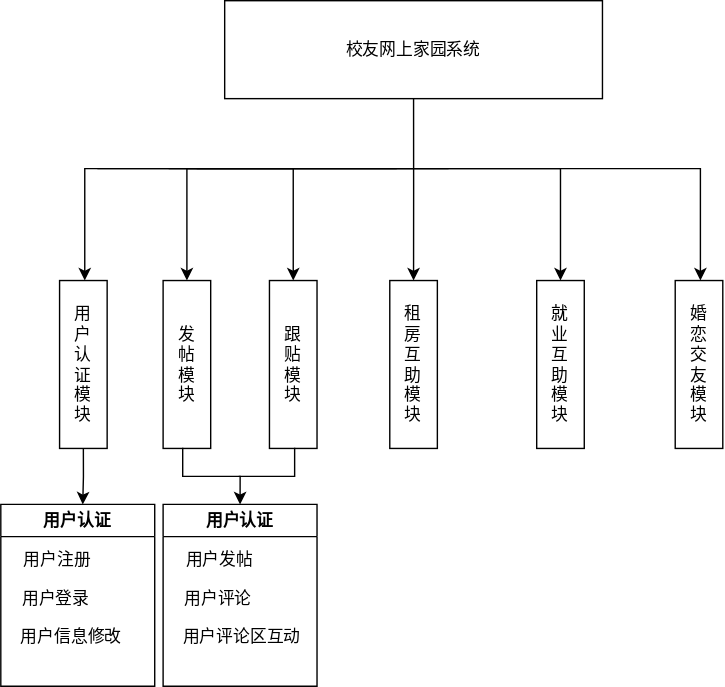
huangjiashengg/images keeps this draw.io diagram as 校友系统框架图.drawio.svg. Above is the earlier version. Source tidied: cells renumbered, new cells last; positions are measured from the earlier drawing's top-left corner, leaving out a move shared by most shapes.
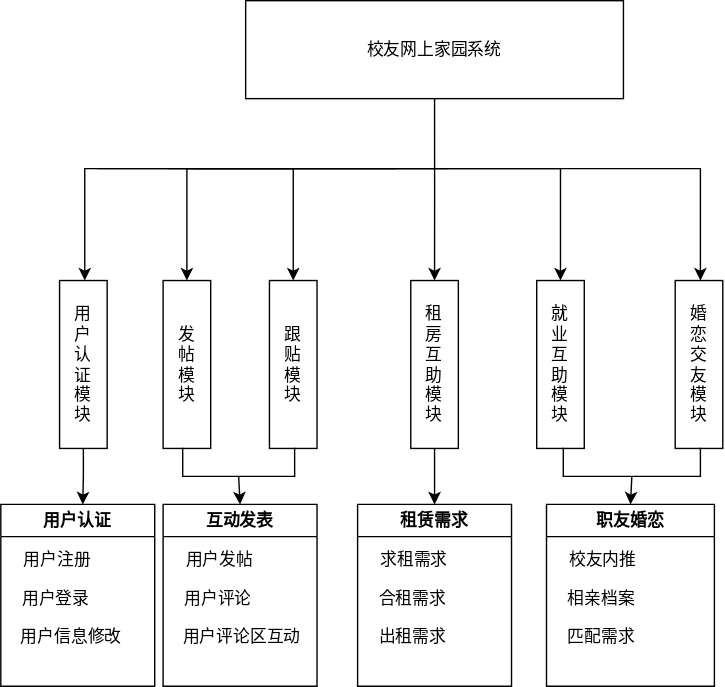
The same diagram one commit later.

Commit message:
更新校友系统框架图.drawio.svg

What changed in the source:
```diff
@@ -4,11 +4,11 @@
     <mxCell id="1" parent="0" />
     <mxCell id="2" style="edgeStyle=orthogonalEdgeStyle;rounded=0;jettySize=auto;html=1;exitX=0.5;exitY=1;exitDx=0;exitDy=0;" parent="1" edge="1" source="3">
       <mxGeometry relative="1" as="geometry">
-        <mxPoint x="295" y="200" as="targetPoint" />
+        <mxPoint x="310" y="200" as="targetPoint" />
       </mxGeometry>
     </mxCell>
     <mxCell id="3" value="校友网上家园系统" style="rounded=0;whiteSpace=wrap;html=1;" parent="1" vertex="1">
-      <mxGeometry x="160" width="270" height="70" as="geometry" />
+      <mxGeometry x="175" width="270" height="70" as="geometry" />
     </mxCell>
     <mxCell id="4" style="endArrow=classic;html=1;rounded=0;" parent="1" edge="1">
       <mxGeometry relative="1" as="geometry">
@@ -69,8 +69,11 @@
     <mxCell id="12" value="跟&lt;div&gt;贴&lt;/div&gt;&lt;div&gt;模&lt;/div&gt;&lt;div&gt;块&lt;/div&gt;" style="rounded=0;whiteSpace=wrap;html=1;" parent="1" vertex="1">
       <mxGeometry x="192" y="200" width="34" height="120" as="geometry" />
     </mxCell>
+    <mxCell id="26" style="edgeStyle=orthogonalEdgeStyle;rounded=0;jettySize=auto;html=1;exitX=0.5;exitY=1;exitDx=0;exitDy=0;entryX=0.5;entryY=0;entryDx=0;entryDy=0;" parent="1" edge="1" source="13" target="27">
+      <mxGeometry relative="1" as="geometry" />
+    </mxCell>
     <mxCell id="13" value="租&lt;div&gt;房&lt;/div&gt;&lt;div&gt;互&lt;/div&gt;&lt;div&gt;助&lt;/div&gt;&lt;div&gt;模&lt;/div&gt;&lt;div&gt;块&lt;/div&gt;" style="rounded=0;whiteSpace=wrap;html=1;" parent="1" vertex="1">
-      <mxGeometry x="278" y="200" width="34" height="120" as="geometry" />
+      <mxGeometry x="293" y="200" width="34" height="120" as="geometry" />
     </mxCell>
     <mxCell id="14" value="就&lt;div&gt;业&lt;/div&gt;&lt;div&gt;互&lt;/div&gt;&lt;div&gt;助&lt;/div&gt;&lt;div&gt;模&lt;/div&gt;&lt;div&gt;块&lt;/div&gt;" style="rounded=0;whiteSpace=wrap;html=1;" parent="1" vertex="1">
       <mxGeometry x="383" y="200" width="34" height="120" as="geometry" />
@@ -96,7 +99,7 @@
     <mxCell id="21" style="shape=partialRectangle;whiteSpace=wrap;html=1;bottom=1;right=1;left=1;top=0;fillColor=none;routingCenterX=-0.5;" parent="1" vertex="1">
       <mxGeometry x="130" y="320" width="80" height="20" as="geometry" />
     </mxCell>
-    <mxCell id="22" value="用户认证" style="swimlane;whiteSpace=wrap;html=1;" parent="1" vertex="1">
+    <mxCell id="22" value="互动发表" style="swimlane;whiteSpace=wrap;html=1;" parent="1" vertex="1">
       <mxGeometry x="116" y="360" width="110" height="130" as="geometry" />
     </mxCell>
     <mxCell id="23" value="用户发帖" style="text;html=1;align=center;verticalAlign=middle;strokeColor=none;fillColor=none;" parent="22" vertex="1">
@@ -108,5 +111,35 @@
     <mxCell id="25" value="用户评论区互动" style="text;html=1;align=center;verticalAlign=middle;strokeColor=none;fillColor=none;" parent="22" vertex="1">
       <mxGeometry x="1" y="80" width="110" height="30" as="geometry" />
     </mxCell>
+    <mxCell id="27" value="租赁需求" style="swimlane;whiteSpace=wrap;html=1;" parent="1" vertex="1">
+      <mxGeometry x="255" y="360" width="110" height="130" as="geometry" />
+    </mxCell>
+    <mxCell id="28" value="求租需求" style="text;html=1;align=center;verticalAlign=middle;strokeColor=none;fillColor=none;" parent="27" vertex="1">
+      <mxGeometry x="5" y="25" width="70" height="30" as="geometry" />
+    </mxCell>
+    <mxCell id="29" value="合租需求" style="text;html=1;align=center;verticalAlign=middle;strokeColor=none;fillColor=none;" parent="27" vertex="1">
+      <mxGeometry x="4" y="53" width="70" height="30" as="geometry" />
+    </mxCell>
+    <mxCell id="30" value="出租需求" style="text;html=1;align=center;verticalAlign=middle;strokeColor=none;fillColor=none;" parent="27" vertex="1">
+      <mxGeometry x="4" y="80" width="70" height="30" as="geometry" />
+    </mxCell>
+    <mxCell id="31" value="职友婚恋" style="swimlane;whiteSpace=wrap;html=1;" parent="1" vertex="1">
+      <mxGeometry x="390" y="360" width="120" height="130" as="geometry" />
+    </mxCell>
+    <mxCell id="32" value="校友内推" style="text;html=1;align=center;verticalAlign=middle;strokeColor=none;fillColor=none;" parent="31" vertex="1">
+      <mxGeometry x="5" y="25" width="70" height="30" as="geometry" />
+    </mxCell>
+    <mxCell id="33" value="相亲档案" style="text;html=1;align=center;verticalAlign=middle;strokeColor=none;fillColor=none;" parent="31" vertex="1">
+      <mxGeometry x="4" y="53" width="70" height="30" as="geometry" />
+    </mxCell>
+    <mxCell id="34" value="匹配需求" style="text;html=1;align=center;verticalAlign=middle;strokeColor=none;fillColor=none;" parent="31" vertex="1">
+      <mxGeometry x="4" y="80" width="70" height="30" as="geometry" />
+    </mxCell>
+    <mxCell id="35" style="edgeStyle=orthogonalEdgeStyle;rounded=0;jettySize=auto;html=1;exitX=0.5;exitY=1;exitDx=0;exitDy=0;entryX=0.5;entryY=0;entryDx=0;entryDy=0;" parent="1" edge="1" source="36" target="31">
+      <mxGeometry relative="1" as="geometry" />
+    </mxCell>
+    <mxCell id="36" style="shape=partialRectangle;whiteSpace=wrap;html=1;bottom=1;right=1;left=1;top=0;fillColor=none;routingCenterX=-0.5;" parent="1" vertex="1">
+      <mxGeometry x="402" y="320" width="98" height="20" as="geometry" />
+    </mxCell>
   </root>
 </mxGraphModel>
```
